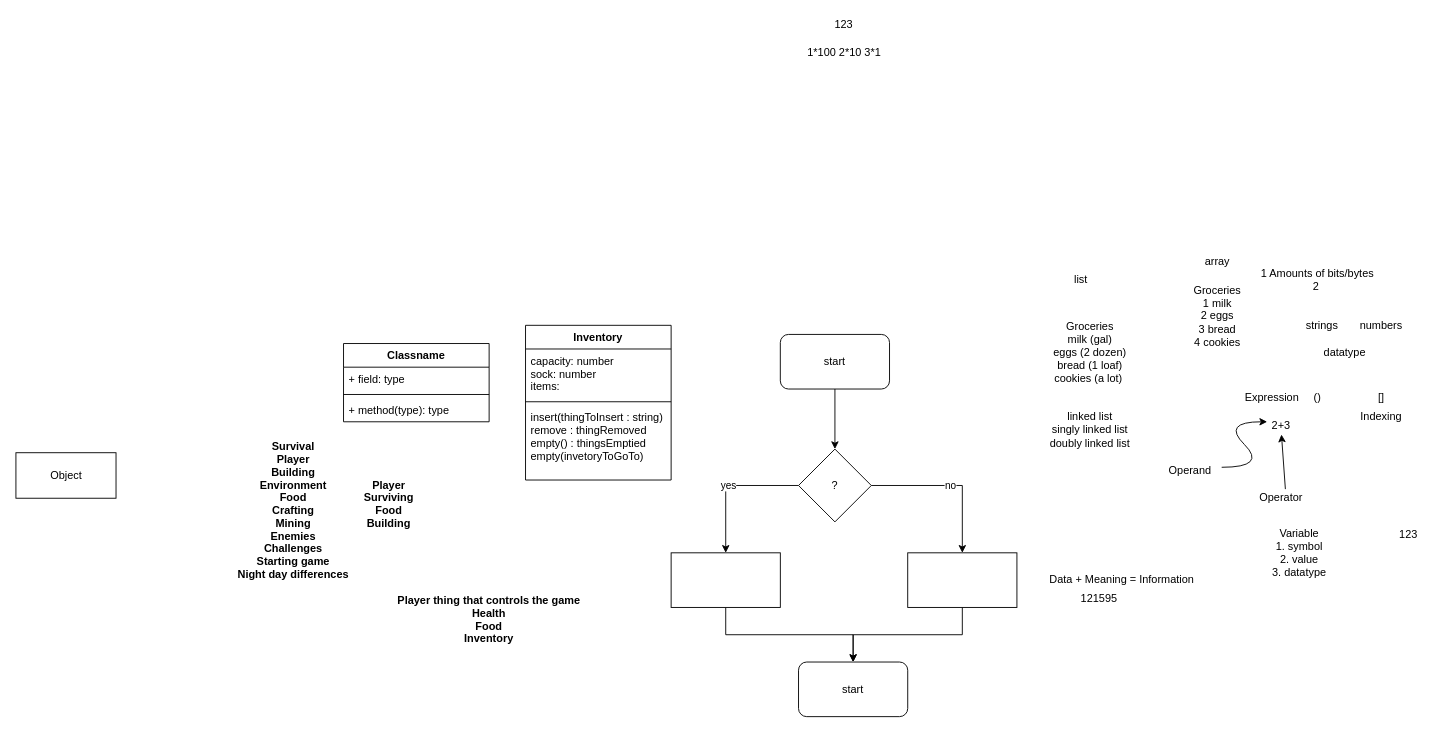
Before: Untitled Diagram.drawio in atimmer1/First-CSCS-1240, a draw.io diagram. Source tidied: cells renumbered, new cells numbered last; positions are measured from the earlier drawing's top-left corner, leaving out a move shared by most shapes. Both pictures are drawn from the tidied source at 91%, with x=0, y=0 at pixel (15, 15).
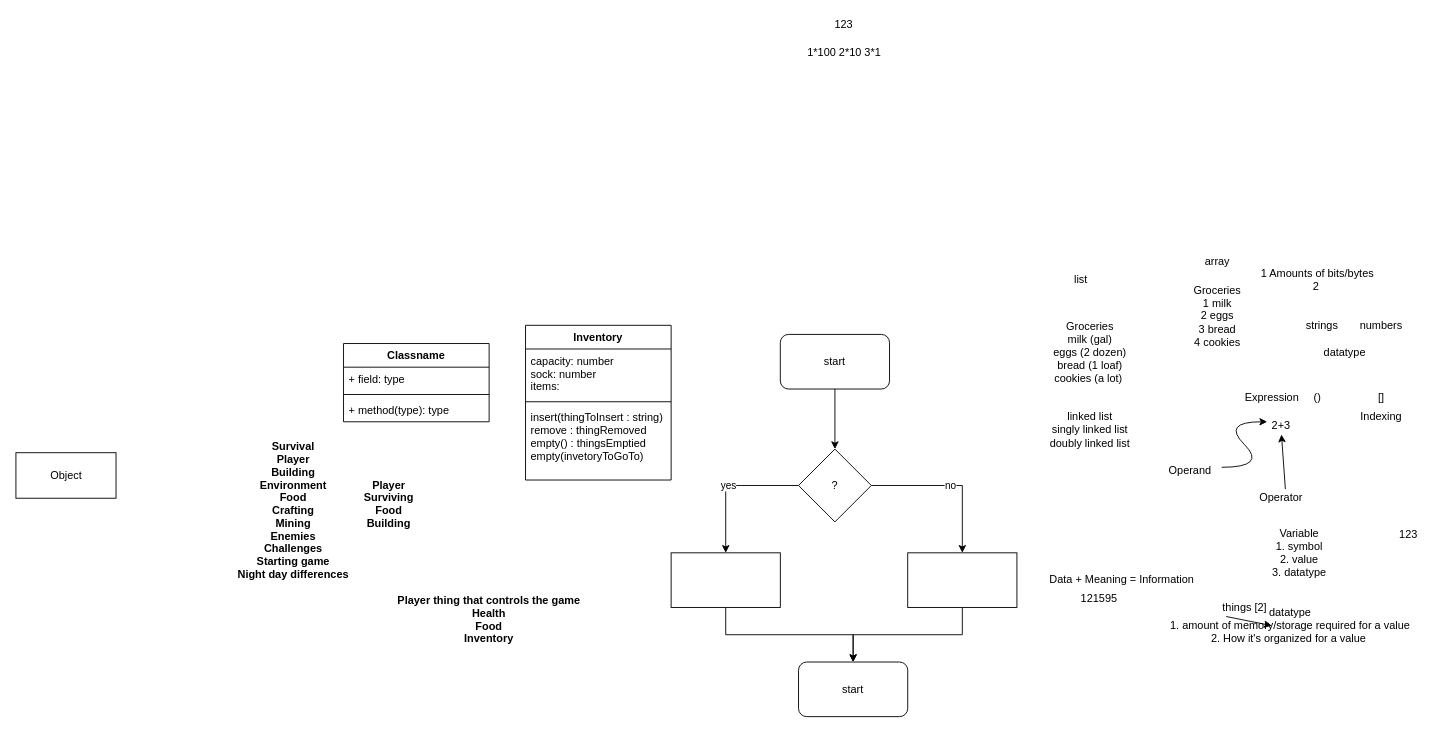
The same diagram, later.

What changed in the source:
```diff
@@
+    <mxCell id="48" value="things [2]&lt;br&gt;" style="text;html=1;align=center;verticalAlign=middle;" parent="1" vertex="1">
+      <mxGeometry x="1320" y="640" width="60" height="20" as="geometry" />
+    </mxCell>
+    <mxCell id="49" style="endArrow=classic;html=1;" parent="1" edge="1">
+      <mxGeometry relative="1" as="geometry">
+        <mxPoint x="1330" y="660" as="sourcePoint" />
+        <mxPoint x="1380" y="670" as="targetPoint" />
+      </mxGeometry>
+    </mxCell>
+    <mxCell id="50" value="datatype&lt;br&gt;1. amount of memory/storage required for a value&lt;br&gt;2. How it's organized for a value&amp;nbsp;" style="text;html=1;align=center;verticalAlign=middle;" parent="1" vertex="1">
+      <mxGeometry x="1260" y="645" width="280" height="50" as="geometry" />
+    </mxCell>
```
